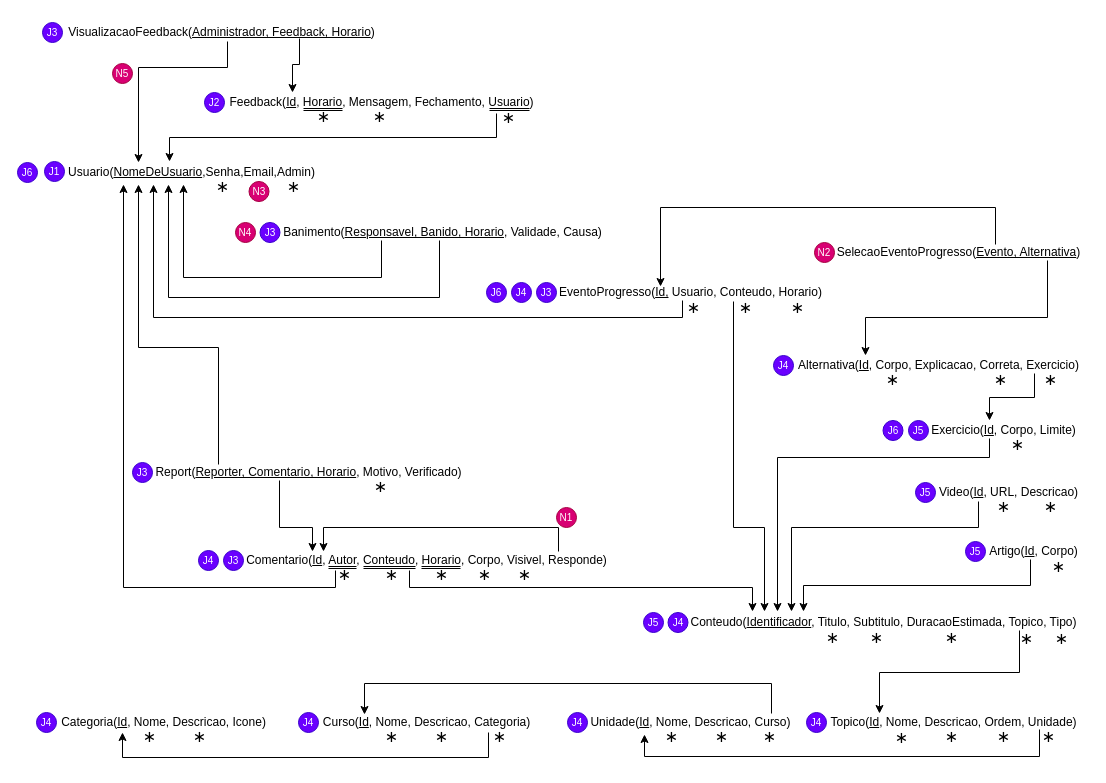
Earlier version of the draw.io diagram page "Relacional V2" (4 of 4) of report/MER & Relational.drawio (Capivaras-Digitais/database-design-project). Source tidied: cells renumbered, new cells numbered last; positions are measured from the earlier drawing's top-left corner, leaving out a move shared by most shapes. Both pictures are drawn from the tidied source at 100%, with x=0, y=0 at pixel (17, 17).
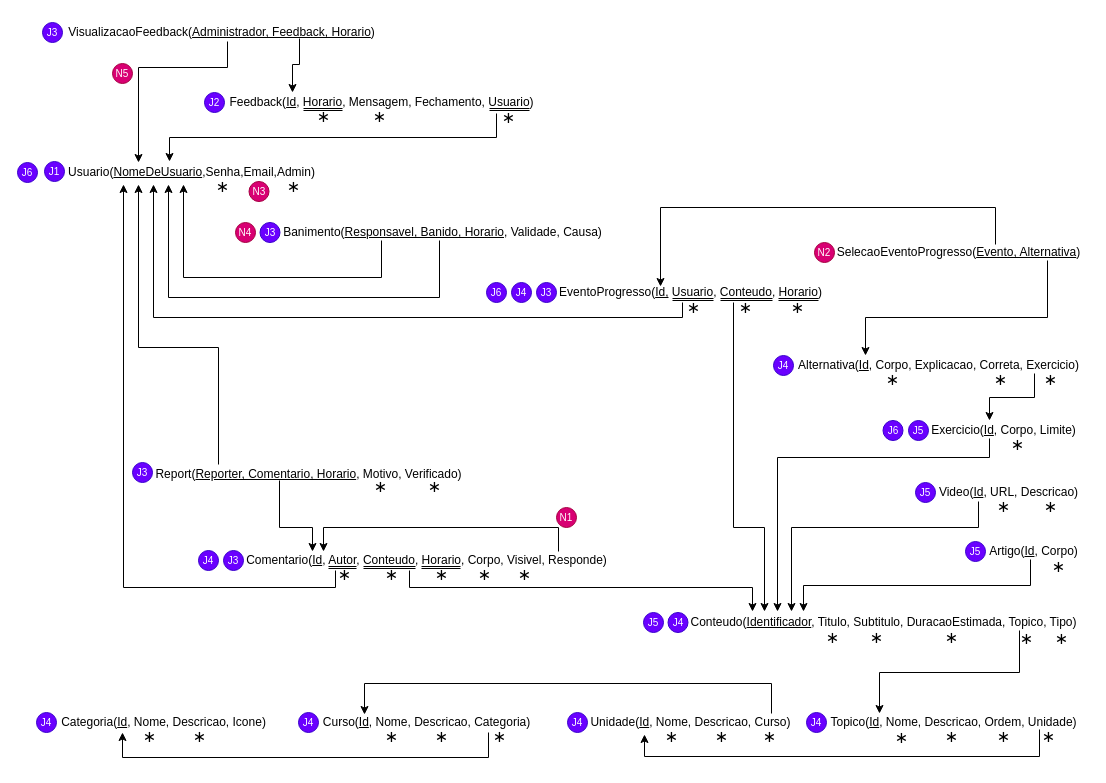
Above is the later version.

Change to the diagram source:
```diff
@@
     <mxCell id="56" style="endArrow=classic;html=1;rounded=0;edgeStyle=elbowEdgeStyle;elbow=vertical;" parent="1" edge="1">
       <mxGeometry relative="1" as="geometry">
-        <mxPoint x="716" y="284" as="sourcePoint" />
+        <mxPoint x="716" y="285" as="sourcePoint" />
         <mxPoint x="747" y="594" as="targetPoint" />
         <Array as="points">
           <mxPoint x="736" y="510" />
         </Array>
       </mxGeometry>
     </mxCell>
@@
     <mxCell id="60" style="endArrow=classic;html=1;rounded=0;edgeStyle=elbowEdgeStyle;elbow=vertical;" parent="1" edge="1">
       <mxGeometry relative="1" as="geometry">
-        <mxPoint x="665" y="283" as="sourcePoint" />
+        <mxPoint x="665" y="285" as="sourcePoint" />
         <mxPoint x="136" y="167" as="targetPoint" />
         <Array as="points">
           <mxPoint x="426" y="300" />
         </Array>
       </mxGeometry>
     </mxCell>
@@
     <mxCell id="70" value="Report(&lt;u&gt;Reporter, Comentario, Horario&lt;/u&gt;, Motivo, Verificado)" style="text;strokeColor=none;fillColor=none;align=center;verticalAlign=middle;rounded=0;labelBorderColor=none;labelBackgroundColor=none;html=1;horizontal=1;glass=0;shadow=0;enumerate=0;comic=0;fixedWidth=0;perimeter=none;fixDash=0;backgroundOutline=0;movableLabel=0;fontFamily=Helvetica;" parent="1" vertex="1">
-      <mxGeometry x="126" y="440" width="330" height="30" as="geometry" />
+      <mxGeometry x="126" y="440" width="330" height="34" as="geometry" />
     </mxCell>
+    <mxCell id="116" value="∗" style="text;html=1;strokeColor=none;fillColor=none;align=center;verticalAlign=middle;whiteSpace=wrap;rounded=0;fontSize=16;fontFamily=Helvetica;" parent="70" vertex="1">
+      <mxGeometry x="289" y="24" width="5" height="10" as="geometry" />
+    </mxCell>
@@
+    <mxCell id="117" style="endArrow=none;html=1;rounded=0;" parent="1" edge="1">
+      <mxGeometry relative="1" as="geometry">
+        <mxPoint x="655" y="281" as="sourcePoint" />
+        <mxPoint x="696" y="281" as="targetPoint" />
+      </mxGeometry>
+    </mxCell>
+    <mxCell id="118" style="endArrow=none;html=1;rounded=0;" parent="1" edge="1">
+      <mxGeometry relative="1" as="geometry">
+        <mxPoint x="655" y="283" as="sourcePoint" />
+        <mxPoint x="696" y="283" as="targetPoint" />
+      </mxGeometry>
+    </mxCell>
+    <mxCell id="119" style="endArrow=none;html=1;rounded=0;" parent="1" edge="1">
+      <mxGeometry relative="1" as="geometry">
+        <mxPoint x="703" y="281" as="sourcePoint" />
+        <mxPoint x="755" y="281" as="targetPoint" />
+      </mxGeometry>
+    </mxCell>
+    <mxCell id="120" style="endArrow=none;html=1;rounded=0;" parent="1" edge="1">
+      <mxGeometry relative="1" as="geometry">
+        <mxPoint x="703" y="283" as="sourcePoint" />
+        <mxPoint x="755" y="283" as="targetPoint" />
+      </mxGeometry>
+    </mxCell>
+    <mxCell id="121" style="endArrow=none;html=1;rounded=0;" parent="1" edge="1">
+      <mxGeometry relative="1" as="geometry">
+        <mxPoint x="761" y="281" as="sourcePoint" />
+        <mxPoint x="801" y="281" as="targetPoint" />
+      </mxGeometry>
+    </mxCell>
+    <mxCell id="122" style="endArrow=none;html=1;rounded=0;" parent="1" edge="1">
+      <mxGeometry relative="1" as="geometry">
+        <mxPoint x="761" y="283" as="sourcePoint" />
+        <mxPoint x="801" y="283" as="targetPoint" />
+      </mxGeometry>
+    </mxCell>
```
